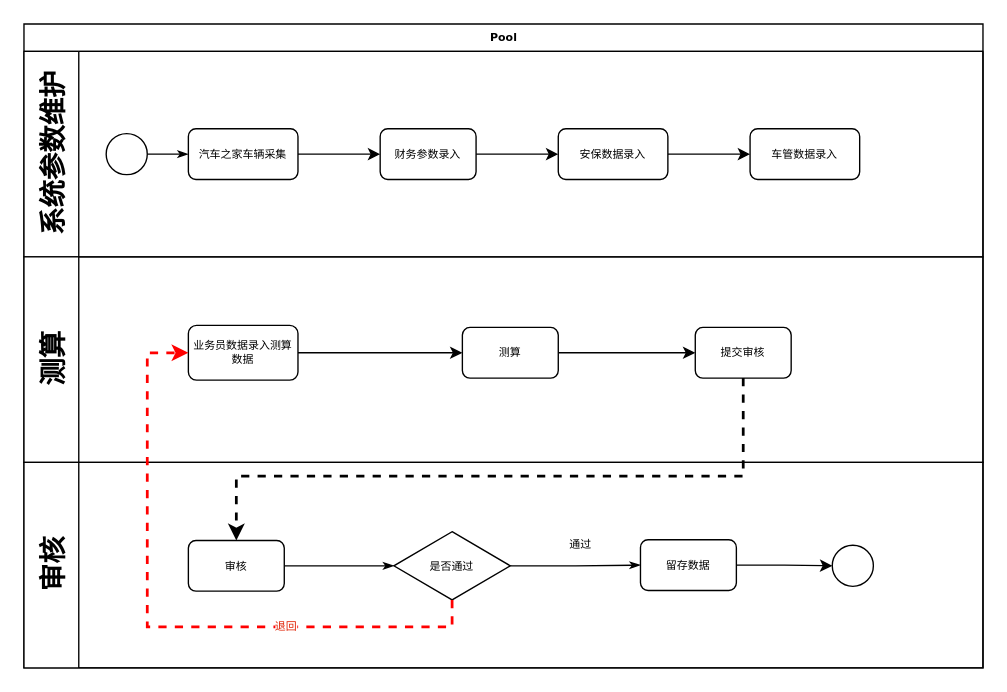
Before: 大众租赁车辆报价系统业务流程图.drawio in ammengke/my-drawio, a draw.io diagram. Source tidied: cells renumbered, new cells numbered last; positions are measured from the earlier drawing's top-left corner, leaving out a move shared by most shapes. Both pictures are drawn from the tidied source at 137%, with x=0, y=0 at pixel (23, 23).
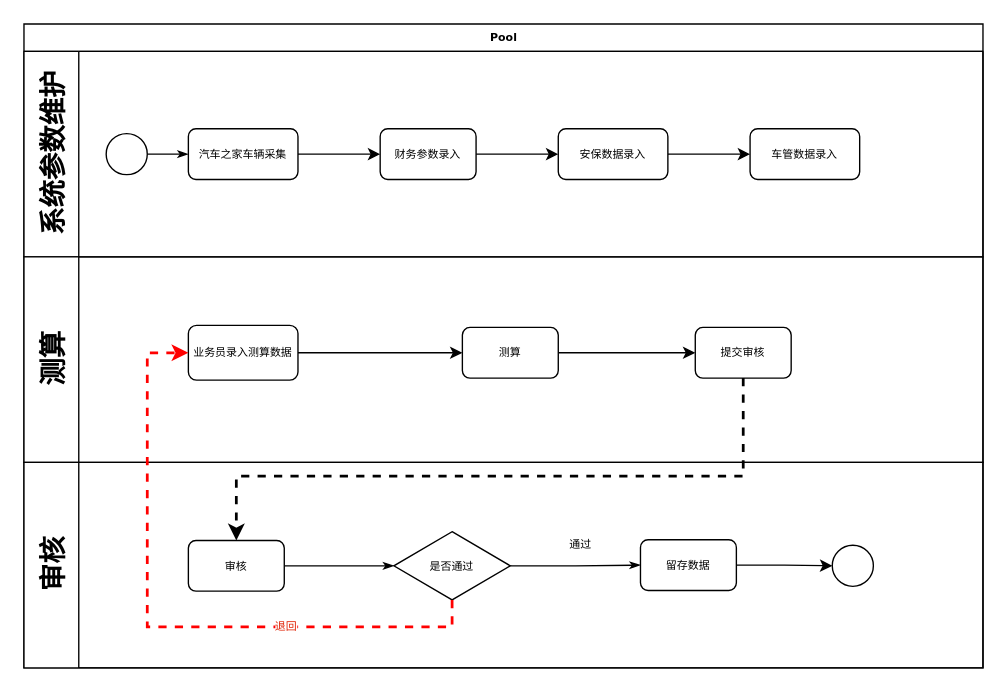
After the change.

Commit message:
更新大众租赁车辆报价系统业务流程图.drawio

Unchanged cells that the change refers to:
```xml
<mxCell id="13" value="测算" style="swimlane;html=1;startSize=40;horizontal=0;fontSize=20;" parent="2" vertex="1">
  <mxGeometry y="170" width="700" height="150" as="geometry" />
</mxCell>
```

Change to the diagram source:
```diff
@@
-    <mxCell id="15" value="业务员数据录入测算数据" style="rounded=1;whiteSpace=wrap;html=1;shadow=0;labelBackgroundColor=none;strokeWidth=1;fontFamily=Verdana;fontSize=8;align=center;" parent="13" vertex="1">
+    <mxCell id="15" value="业务员录入测算数据" style="rounded=1;whiteSpace=wrap;html=1;shadow=0;labelBackgroundColor=none;strokeWidth=1;fontFamily=Verdana;fontSize=8;align=center;" parent="13" vertex="1">
       <mxGeometry x="120" y="50" width="80" height="40" as="geometry" />
     </mxCell>
```
